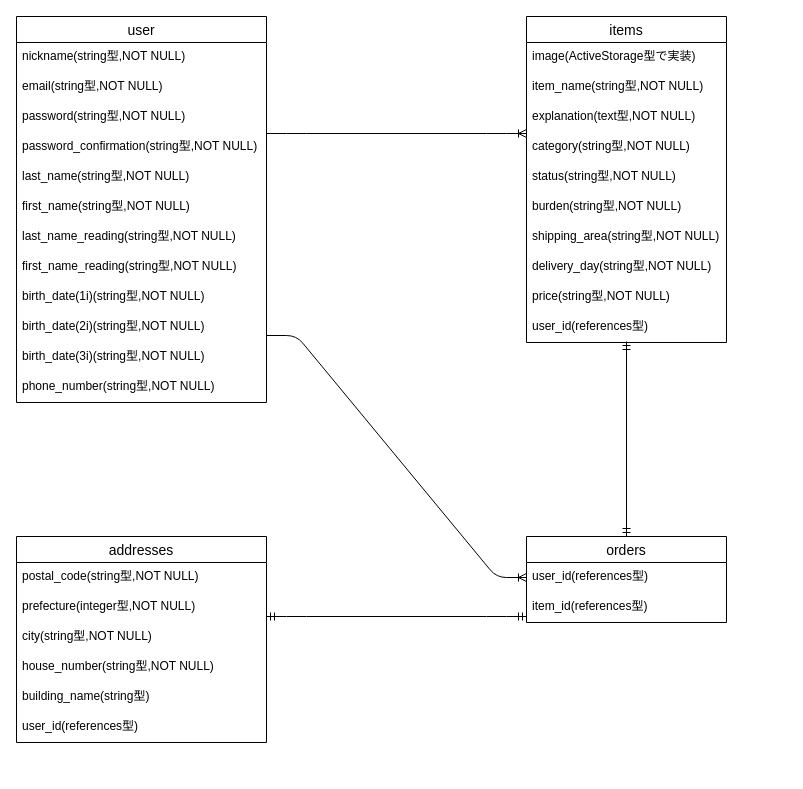
Before: DB.dio in hiromasa-horikoshi/furima-33007, a draw.io diagram. Source tidied: cells renumbered, new cells numbered last; positions are measured from the earlier drawing's top-left corner, leaving out a move shared by most shapes. Both pictures are drawn from the tidied source at 100%, with x=0, y=0 at pixel (16, 16).
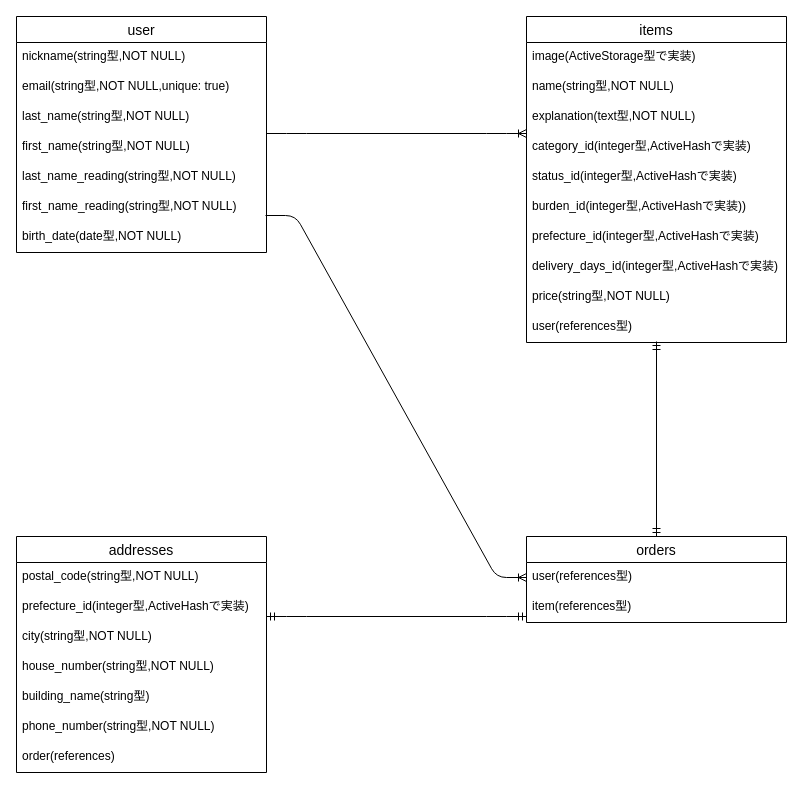
The same page after the edit.

Commit message (it also covers changes not shown here):
ER図とREADMEの修正1

Diff of the diagram source:
```diff
@@
     <mxCell id="2" value="addresses" style="swimlane;fontStyle=0;horizontal=1;startSize=26;align=center;fontSize=14;" parent="1" vertex="1">
-      <mxGeometry y="520" width="250" height="206" as="geometry" />
+      <mxGeometry y="520" width="250" height="236" as="geometry" />
     </mxCell>
@@
-    <mxCell id="4" value="prefecture(integer型,NOT NULL)" style="text;strokeColor=none;fillColor=none;spacingLeft=4;spacingRight=4;overflow=hidden;fontSize=12;" parent="2" vertex="1">
+    <mxCell id="4" value="prefecture_id(integer型,ActiveHashで実装)" style="text;strokeColor=none;fillColor=none;spacingLeft=4;spacingRight=4;overflow=hidden;fontSize=12;" parent="2" vertex="1">
       <mxGeometry y="56" width="250" height="30" as="geometry" />
     </mxCell>
@@
-    <mxCell id="8" value="user_id(references型)" style="text;strokeColor=none;fillColor=none;spacingLeft=4;spacingRight=4;overflow=hidden;fontSize=12;" parent="2" vertex="1">
-      <mxGeometry y="176" width="250" height="30" as="geometry" />
-    </mxCell>
+    <mxCell id="35" value="phone_number(string型,NOT NULL)" style="text;strokeColor=none;fillColor=none;spacingLeft=4;spacingRight=4;overflow=hidden;points=[[0,0.5],[1,0.5]];portConstraint=eastwest;fontSize=12;" parent="2" vertex="1">
+      <mxGeometry y="176" width="250" height="30" as="geometry" />
+    </mxCell>
+    <mxCell id="42" value="order(references)" style="text;strokeColor=none;fillColor=none;spacingLeft=4;spacingRight=4;overflow=hidden;fontSize=12;" parent="2" vertex="1">
+      <mxGeometry y="206" width="250" height="30" as="geometry" />
+    </mxCell>
     <mxCell id="9" value="items" style="swimlane;fontStyle=0;horizontal=1;startSize=26;align=center;fontSize=14;" parent="1" vertex="1">
-      <mxGeometry x="510" width="200" height="326" as="geometry" />
+      <mxGeometry x="510" width="260" height="326" as="geometry" />
     </mxCell>
     <mxCell id="10" value="image(ActiveStorage型で実装)" style="text;strokeColor=none;fillColor=none;spacingLeft=4;spacingRight=4;overflow=hidden;fontSize=12;" parent="9" vertex="1">
-      <mxGeometry y="26" width="200" height="30" as="geometry" />
+      <mxGeometry y="26" width="260" height="30" as="geometry" />
     </mxCell>
-    <mxCell id="11" value="item_name(string型,NOT NULL)" style="text;strokeColor=none;fillColor=none;spacingLeft=4;spacingRight=4;overflow=hidden;fontSize=12;" parent="9" vertex="1">
-      <mxGeometry y="56" width="200" height="30" as="geometry" />
+    <mxCell id="11" value="name(string型,NOT NULL)" style="text;strokeColor=none;fillColor=none;spacingLeft=4;spacingRight=4;overflow=hidden;fontSize=12;" parent="9" vertex="1">
+      <mxGeometry y="56" width="260" height="30" as="geometry" />
     </mxCell>
     <mxCell id="12" value="explanation(text型,NOT NULL)" style="text;strokeColor=none;fillColor=none;spacingLeft=4;spacingRight=4;overflow=hidden;fontSize=12;" parent="9" vertex="1">
-      <mxGeometry y="86" width="200" height="30" as="geometry" />
+      <mxGeometry y="86" width="260" height="30" as="geometry" />
     </mxCell>
-    <mxCell id="13" value="category(string型,NOT NULL)" style="text;strokeColor=none;fillColor=none;spacingLeft=4;spacingRight=4;overflow=hidden;fontSize=12;" parent="9" vertex="1">
-      <mxGeometry y="116" width="200" height="30" as="geometry" />
+    <mxCell id="13" value="category_id(integer型,ActiveHashで実装)" style="text;strokeColor=none;fillColor=none;spacingLeft=4;spacingRight=4;overflow=hidden;fontSize=12;" parent="9" vertex="1">
+      <mxGeometry y="116" width="260" height="30" as="geometry" />
     </mxCell>
-    <mxCell id="14" value="status(string型,NOT NULL)" style="text;strokeColor=none;fillColor=none;spacingLeft=4;spacingRight=4;overflow=hidden;fontSize=12;" parent="9" vertex="1">
-      <mxGeometry y="146" width="200" height="30" as="geometry" />
+    <mxCell id="14" value="status_id(integer型,ActiveHashで実装)" style="text;strokeColor=none;fillColor=none;spacingLeft=4;spacingRight=4;overflow=hidden;fontSize=12;" parent="9" vertex="1">
+      <mxGeometry y="146" width="260" height="30" as="geometry" />
     </mxCell>
-    <mxCell id="15" value="burden(string型,NOT NULL)" style="text;strokeColor=none;fillColor=none;spacingLeft=4;spacingRight=4;overflow=hidden;fontSize=12;" parent="9" vertex="1">
-      <mxGeometry y="176" width="200" height="30" as="geometry" />
+    <mxCell id="15" value="burden_id(integer型,ActiveHashで実装))" style="text;strokeColor=none;fillColor=none;spacingLeft=4;spacingRight=4;overflow=hidden;fontSize=12;" parent="9" vertex="1">
+      <mxGeometry y="176" width="260" height="30" as="geometry" />
     </mxCell>
-    <mxCell id="16" value="shipping_area(string型,NOT NULL)" style="text;strokeColor=none;fillColor=none;spacingLeft=4;spacingRight=4;overflow=hidden;fontSize=12;" parent="9" vertex="1">
-      <mxGeometry y="206" width="200" height="30" as="geometry" />
+    <mxCell id="16" value="prefecture_id(integer型,ActiveHashで実装)" style="text;strokeColor=none;fillColor=none;spacingLeft=4;spacingRight=4;overflow=hidden;fontSize=12;" parent="9" vertex="1">
+      <mxGeometry y="206" width="260" height="30" as="geometry" />
     </mxCell>
-    <mxCell id="17" value="delivery_day(string型,NOT NULL)" style="text;strokeColor=none;fillColor=none;spacingLeft=4;spacingRight=4;overflow=hidden;fontSize=12;" parent="9" vertex="1">
-      <mxGeometry y="236" width="200" height="30" as="geometry" />
+    <mxCell id="17" value="delivery_days_id(integer型,ActiveHashで実装)" style="text;strokeColor=none;fillColor=none;spacingLeft=4;spacingRight=4;overflow=hidden;fontSize=12;" parent="9" vertex="1">
+      <mxGeometry y="236" width="260" height="30" as="geometry" />
     </mxCell>
     <mxCell id="18" value="price(string型,NOT NULL)" style="text;strokeColor=none;fillColor=none;spacingLeft=4;spacingRight=4;overflow=hidden;fontSize=12;" parent="9" vertex="1">
-      <mxGeometry y="266" width="200" height="30" as="geometry" />
+      <mxGeometry y="266" width="260" height="30" as="geometry" />
     </mxCell>
-    <mxCell id="19" value="user_id(references型)" style="text;strokeColor=none;fillColor=none;spacingLeft=4;spacingRight=4;overflow=hidden;points=[[0,0.5],[1,0.5]];portConstraint=eastwest;fontSize=12;" parent="9" vertex="1">
-      <mxGeometry y="296" width="200" height="30" as="geometry" />
+    <mxCell id="19" value="user(references型)" style="text;strokeColor=none;fillColor=none;spacingLeft=4;spacingRight=4;overflow=hidden;points=[[0,0.5],[1,0.5]];portConstraint=eastwest;fontSize=12;" parent="9" vertex="1">
+      <mxGeometry y="296" width="260" height="30" as="geometry" />
     </mxCell>
     <mxCell id="20" value="orders" style="swimlane;fontStyle=0;horizontal=1;startSize=26;align=center;fontSize=14;" parent="1" vertex="1">
-      <mxGeometry x="510" y="520" width="200" height="86" as="geometry" />
+      <mxGeometry x="510" y="520" width="260" height="86" as="geometry" />
     </mxCell>
-    <mxCell id="21" value="user_id(references型)" style="text;strokeColor=none;fillColor=none;spacingLeft=4;spacingRight=4;overflow=hidden;points=[[0,0.5],[1,0.5]];portConstraint=eastwest;fontSize=12;" parent="20" vertex="1">
-      <mxGeometry y="26" width="200" height="30" as="geometry" />
+    <mxCell id="21" value="user(references型)" style="text;strokeColor=none;fillColor=none;spacingLeft=4;spacingRight=4;overflow=hidden;points=[[0,0.5],[1,0.5]];portConstraint=eastwest;fontSize=12;" parent="20" vertex="1">
+      <mxGeometry y="26" width="260" height="30" as="geometry" />
     </mxCell>
-    <mxCell id="22" value="item_id(references型)" style="text;strokeColor=none;fillColor=none;spacingLeft=4;spacingRight=4;overflow=hidden;fontSize=12;" parent="20" vertex="1">
-      <mxGeometry y="56" width="200" height="30" as="geometry" />
+    <mxCell id="22" value="item(references型)" style="text;strokeColor=none;fillColor=none;spacingLeft=4;spacingRight=4;overflow=hidden;fontSize=12;" parent="20" vertex="1">
+      <mxGeometry y="56" width="260" height="30" as="geometry" />
     </mxCell>
     <mxCell id="23" value="user" style="swimlane;fontStyle=0;horizontal=1;startSize=26;align=center;fontSize=14;" parent="1" vertex="1">
-      <mxGeometry width="250" height="386" as="geometry" />
+      <mxGeometry width="250" height="236" as="geometry" />
     </mxCell>
@@
-    <mxCell id="25" value="email(string型,NOT NULL)" style="text;strokeColor=none;fillColor=none;spacingLeft=4;spacingRight=4;overflow=hidden;fontSize=12;" parent="23" vertex="1">
+    <mxCell id="25" value="email(string型,NOT NULL,unique: true)" style="text;strokeColor=none;fillColor=none;spacingLeft=4;spacingRight=4;overflow=hidden;fontSize=12;" parent="23" vertex="1">
       <mxGeometry y="56" width="250" height="30" as="geometry" />
     </mxCell>
-    <mxCell id="26" value="password(string型,NOT NULL)" style="text;strokeColor=none;fillColor=none;spacingLeft=4;spacingRight=4;overflow=hidden;fontSize=12;" parent="23" vertex="1">
-      <mxGeometry y="86" width="250" height="30" as="geometry" />
-    </mxCell>
-    <mxCell id="27" value="password_confirmation(string型,NOT NULL)" style="text;strokeColor=none;fillColor=none;spacingLeft=4;spacingRight=4;overflow=hidden;fontSize=12;" parent="23" vertex="1">
-      <mxGeometry y="116" width="250" height="30" as="geometry" />
-    </mxCell>
     <mxCell id="28" value="last_name(string型,NOT NULL)" style="text;strokeColor=none;fillColor=none;spacingLeft=4;spacingRight=4;overflow=hidden;fontSize=12;" parent="23" vertex="1">
-      <mxGeometry y="146" width="250" height="30" as="geometry" />
+      <mxGeometry y="86" width="250" height="30" as="geometry" />
     </mxCell>
     <mxCell id="29" value="first_name(string型,NOT NULL)" style="text;strokeColor=none;fillColor=none;spacingLeft=4;spacingRight=4;overflow=hidden;fontSize=12;" parent="23" vertex="1">
-      <mxGeometry y="176" width="250" height="30" as="geometry" />
+      <mxGeometry y="116" width="250" height="30" as="geometry" />
     </mxCell>
     <mxCell id="30" value="last_name_reading(string型,NOT NULL)" style="text;strokeColor=none;fillColor=none;spacingLeft=4;spacingRight=4;overflow=hidden;fontSize=12;" parent="23" vertex="1">
-      <mxGeometry y="206" width="250" height="30" as="geometry" />
+      <mxGeometry y="146" width="250" height="30" as="geometry" />
     </mxCell>
     <mxCell id="31" value="first_name_reading(string型,NOT NULL)" style="text;strokeColor=none;fillColor=none;spacingLeft=4;spacingRight=4;overflow=hidden;points=[[0,0.5],[1,0.5]];portConstraint=eastwest;fontSize=12;" parent="23" vertex="1">
-      <mxGeometry y="236" width="250" height="30" as="geometry" />
+      <mxGeometry y="176" width="250" height="30" as="geometry" />
     </mxCell>
-    <mxCell id="32" value="birth_date(1i)(string型,NOT NULL)" style="text;strokeColor=none;fillColor=none;spacingLeft=4;spacingRight=4;overflow=hidden;fontSize=12;" parent="23" vertex="1">
-      <mxGeometry y="266" width="250" height="30" as="geometry" />
+    <mxCell id="32" value="birth_date(date型,NOT NULL)" style="text;strokeColor=none;fillColor=none;spacingLeft=4;spacingRight=4;overflow=hidden;fontSize=12;" parent="23" vertex="1">
+      <mxGeometry y="206" width="250" height="30" as="geometry" />
     </mxCell>
-    <mxCell id="33" value="birth_date(2i)(string型,NOT NULL)" style="text;strokeColor=none;fillColor=none;spacingLeft=4;spacingRight=4;overflow=hidden;points=[[0,0.5],[1,0.5]];portConstraint=eastwest;fontSize=12;" parent="23" vertex="1">
-      <mxGeometry y="296" width="250" height="30" as="geometry" />
-    </mxCell>
-    <mxCell id="34" value="birth_date(3i)(string型,NOT NULL)" style="text;strokeColor=none;fillColor=none;spacingLeft=4;spacingRight=4;overflow=hidden;fontSize=12;" parent="23" vertex="1">
-      <mxGeometry y="326" width="250" height="30" as="geometry" />
-    </mxCell>
-    <mxCell id="35" value="phone_number(string型,NOT NULL)" style="text;strokeColor=none;fillColor=none;spacingLeft=4;spacingRight=4;overflow=hidden;points=[[0,0.5],[1,0.5]];portConstraint=eastwest;fontSize=12;" parent="23" vertex="1">
-      <mxGeometry y="356" width="250" height="30" as="geometry" />
-    </mxCell>
@@
-    <mxCell id="38" style="edgeStyle=entityRelationEdgeStyle;fontSize=12;html=1;endArrow=ERmandOne;startArrow=ERmandOne;jumpStyle=none;strokeColor=none;rounded=0;entryX=0.494;entryY=1.033;entryDx=0;entryDy=0;entryPerimeter=0;" parent="1" edge="1" target="35">
+    <mxCell id="38" style="edgeStyle=entityRelationEdgeStyle;fontSize=12;html=1;endArrow=ERmandOne;startArrow=ERmandOne;jumpStyle=none;strokeColor=none;rounded=0;entryX=0.494;entryY=1.033;entryDx=0;entryDy=0;entryPerimeter=0;" parent="1" edge="1">
       <mxGeometry relative="1" as="geometry">
         <mxPoint x="90" y="510" as="sourcePoint" />
+        <mxPoint x="123.5" y="267" as="targetPoint" />
       </mxGeometry>
     </mxCell>
-    <mxCell id="39" style="edgeStyle=entityRelationEdgeStyle;fontSize=12;html=1;endArrow=ERmandOne;startArrow=ERmandOne;strokeColor=none;curved=1;entryX=0.5;entryY=1;entryDx=0;entryDy=0;entryPerimeter=0;" parent="1" edge="1" target="35">
+    <mxCell id="39" style="edgeStyle=entityRelationEdgeStyle;fontSize=12;html=1;endArrow=ERmandOne;startArrow=ERmandOne;strokeColor=none;curved=1;entryX=0.5;entryY=1;entryDx=0;entryDy=0;entryPerimeter=0;" parent="1" edge="1">
       <mxGeometry relative="1" as="geometry">
         <mxPoint x="80" y="500" as="sourcePoint" />
+        <mxPoint x="125" y="266" as="targetPoint" />
       </mxGeometry>
     </mxCell>
@@
-    <mxCell id="41" style="edgeStyle=entityRelationEdgeStyle;fontSize=12;html=1;endArrow=ERoneToMany;exitX=1;exitY=0.767;exitDx=0;exitDy=0;exitPerimeter=0;entryX=0;entryY=0.5;entryDx=0;entryDy=0;" parent="1" edge="1" source="33" target="21">
+    <mxCell id="41" style="edgeStyle=entityRelationEdgeStyle;fontSize=12;html=1;endArrow=ERoneToMany;exitX=0.996;exitY=0.767;exitDx=0;exitDy=0;exitPerimeter=0;entryX=0;entryY=0.5;entryDx=0;entryDy=0;" parent="1" edge="1" source="31" target="21">
       <mxGeometry relative="1" as="geometry" />
     </mxCell>
```
